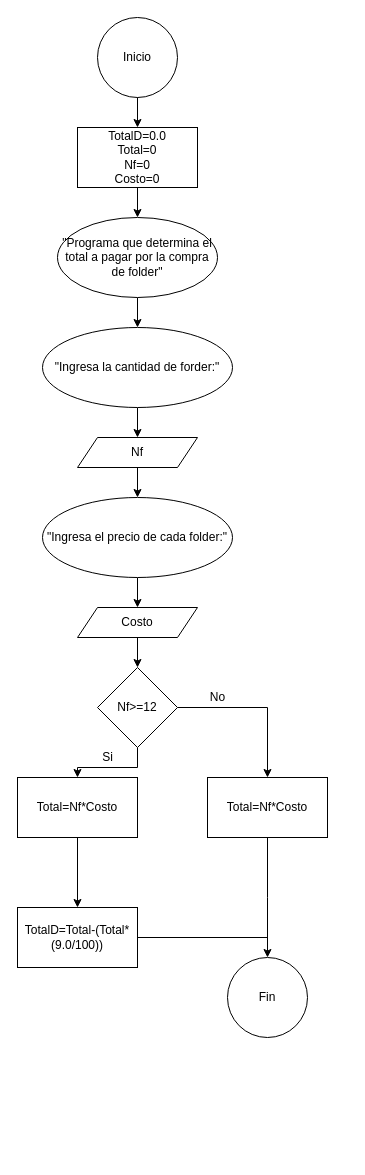
The draw.io diagram Compra de folders.drawio in GhostDopFerB/dwdwd, before the edit. Source tidied: cells renumbered, new cells numbered last; positions are measured from the earlier drawing's top-left corner, leaving out a move shared by most shapes. Both pictures are drawn from the tidied source at 100%, with x=0, y=0 at pixel (17, 17).
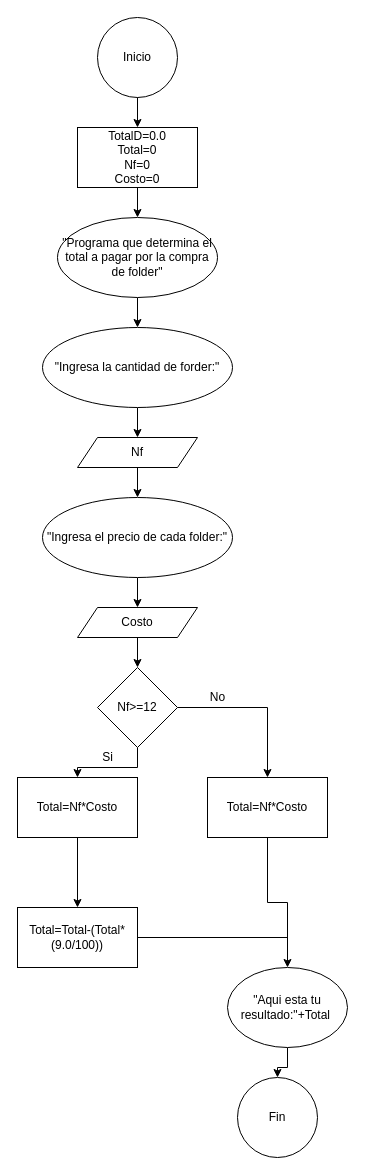
The same page after the edit.

The change refers to these unchanged cells:
```xml
<mxCell id="21" value="&lt;span&gt;Total=Nf*Costo&lt;/span&gt;" style="rounded=0;whiteSpace=wrap;html=1;" parent="1" vertex="1">
  <mxGeometry x="190" y="760" width="120" height="60" as="geometry" />
</mxCell>
```

Diff of the diagram source:
```diff
@@
-    <mxCell id="19" value="TotalD=Total-(Total*(9.0/100))" style="rounded=0;whiteSpace=wrap;html=1;" parent="1" vertex="1">
+    <mxCell id="19" value="Total=Total-(Total*(9.0/100))" style="rounded=0;whiteSpace=wrap;html=1;" parent="1" vertex="1">
       <mxGeometry y="890" width="120" height="60" as="geometry" />
     </mxCell>
-    <mxCell id="20" style="edgeStyle=orthogonalEdgeStyle;rounded=0;jettySize=auto;html=1;" parent="1" edge="1" source="21">
-      <mxGeometry relative="1" as="geometry">
-        <mxPoint x="250" y="940" as="targetPoint" />
-      </mxGeometry>
+    <mxCell id="20" style="edgeStyle=orthogonalEdgeStyle;rounded=0;jettySize=auto;html=1;entryX=0.5;entryY=0;entryDx=0;entryDy=0;" parent="1" edge="1" source="21" target="29">
+      <mxGeometry relative="1" as="geometry" />
     </mxCell>
@@
     <mxCell id="26" value="Fin" style="ellipse;whiteSpace=wrap;html=1;" parent="1" vertex="1">
-      <mxGeometry x="210" y="940" width="80" height="80" as="geometry" />
+      <mxGeometry x="220" y="1060" width="80" height="80" as="geometry" />
     </mxCell>
     <mxCell id="27" style="endArrow=none;html=1;exitX=1;exitY=0.5;exitDx=0;exitDy=0;" parent="1" edge="1" source="19">
       <mxGeometry relative="1" as="geometry">
-        <mxPoint x="250" y="920" as="targetPoint" />
+        <mxPoint x="270" y="920" as="targetPoint" />
       </mxGeometry>
     </mxCell>
+    <mxCell id="28" style="edgeStyle=orthogonalEdgeStyle;rounded=0;jettySize=auto;html=1;" parent="1" edge="1" source="29" target="26">
+      <mxGeometry relative="1" as="geometry" />
+    </mxCell>
+    <mxCell id="29" value="&quot;Aqui esta tu resultado:&quot;+Total&amp;nbsp;" style="ellipse;whiteSpace=wrap;html=1;" parent="1" vertex="1">
+      <mxGeometry x="210" y="950" width="120" height="80" as="geometry" />
+    </mxCell>
```
